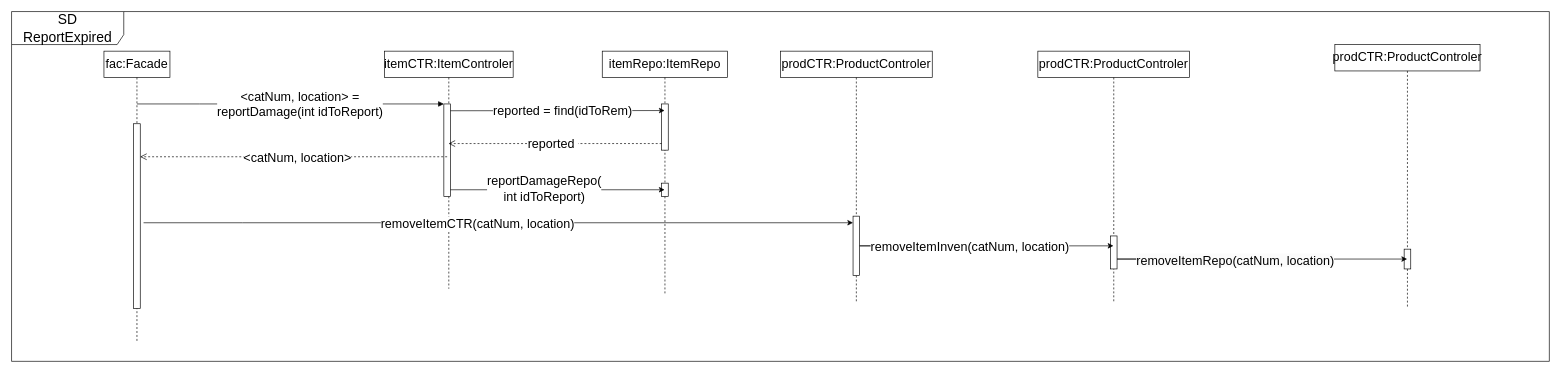
Earlier version of the draw.io diagram docs/ReportExpSeqDiagram.drawio (NatallieMirelashvili/ADSS_Group_E). Source tidied: cells renumbered, new cells numbered last; positions are measured from the earlier drawing's top-left corner, leaving out a move shared by most shapes. Both pictures are drawn from the tidied source at 66%, with x=0, y=0 at pixel (11, 11).
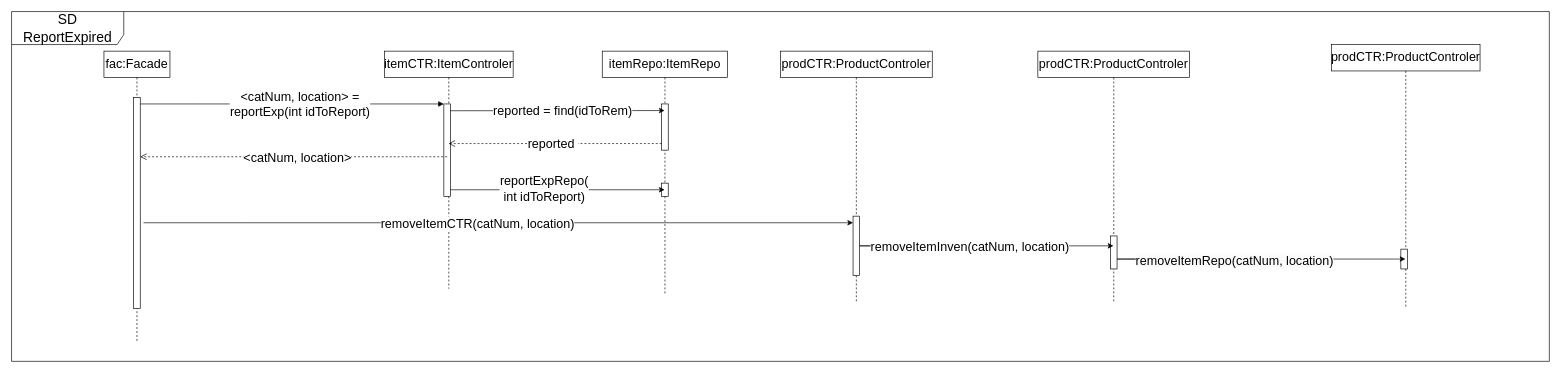
The same page after the edit.

The change refers to these unchanged cells:
```xml
<mxCell id="4" style="html=1;verticalAlign=bottom;endArrow=block;edgeStyle=elbowEdgeStyle;elbow=vertical;curved=0;rounded=0;fontSize=19;" parent="1" edge="1" target="3">
  <mxGeometry relative="1" as="geometry">
    <mxPoint x="190" y="140" as="sourcePoint" />
    <Array as="points">
      <mxPoint x="285" y="140" />
    </Array>
  </mxGeometry>
</mxCell>
<mxCell id="9" style="edgeStyle=elbowEdgeStyle;rounded=0;orthogonalLoop=1;jettySize=auto;html=1;elbow=vertical;curved=0;fontSize=19;" parent="1" edge="1">
  <mxGeometry relative="1" as="geometry">
    <mxPoint x="665" y="270" as="sourcePoint" />
    <mxPoint x="989.5" y="270.1" as="targetPoint" />
  </mxGeometry>
</mxCell>
<mxCell id="29" value="fac:Facade" style="shape=umlLifeline;perimeter=lifelinePerimeter;whiteSpace=wrap;html=1;newEdgeStyle={&quot;edgeStyle&quot;:&quot;elbowEdgeStyle&quot;,&quot;elbow&quot;:&quot;vertical&quot;,&quot;curved&quot;:0,&quot;rounded&quot;:0};fontSize=19;" parent="1" vertex="1">
  <mxGeometry x="140" y="60" width="100" height="440" as="geometry" />
</mxCell>
```

The edit, as a diff of the source:
```diff
@@
-    <mxCell id="5" value="&amp;lt;catNum, location&amp;gt; =&lt;br&gt;reportDamage(int idToReport) " style="edgeLabel;html=1;align=center;verticalAlign=middle;fontSize=19;" parent="4" vertex="1">
+    <mxCell id="5" value="&amp;lt;catNum, location&amp;gt; =&lt;br&gt;reportExp(int idToReport) " style="edgeLabel;html=1;align=center;verticalAlign=middle;fontSize=19;" parent="4" vertex="1">
       <mxGeometry x="0.06" relative="1" as="geometry" />
     </mxCell>
@@
-    <mxCell id="10" value="reportDamageRepo(&lt;div&gt;int idToReport) &lt;/div&gt;" style="edgeLabel;html=1;align=center;verticalAlign=middle;fontSize=19;" parent="9" vertex="1">
+    <mxCell id="10" value="reportExpRepo(&lt;div&gt;int idToReport) &lt;/div&gt;" style="edgeLabel;html=1;align=center;verticalAlign=middle;fontSize=19;" parent="9" vertex="1">
       <mxGeometry x="-0.13" y="2" relative="1" as="geometry" />
     </mxCell>
@@
     <mxCell id="25" value="prodCTR:ProductControler" style="shape=umlLifeline;perimeter=lifelinePerimeter;whiteSpace=wrap;html=1;outlineConnect=0;portConstraint=eastwest;newEdgeStyle={&quot;edgeStyle&quot;:&quot;elbowEdgeStyle&quot;,&quot;elbow&quot;:&quot;vertical&quot;,&quot;curved&quot;:0,&quot;rounded&quot;:0};fontSize=19;" parent="1" vertex="1">
-      <mxGeometry x="2005" y="50" width="220" height="400" as="geometry" />
+      <mxGeometry x="2000" y="50" width="225" height="400" as="geometry" />
     </mxCell>
@@
     <mxCell id="30" style="html=1;perimeter=orthogonalPerimeter;targetShapes=umlLifeline;newEdgeStyle={&quot;edgeStyle&quot;:&quot;elbowEdgeStyle&quot;,&quot;elbow&quot;:&quot;vertical&quot;,&quot;curved&quot;:0,&quot;rounded&quot;:0};fontSize=19;" parent="29" vertex="1">
-      <mxGeometry x="45" y="110" width="10" height="280" as="geometry" />
+      <mxGeometry x="45" y="70" width="10" height="320" as="geometry" />
     </mxCell>
```
